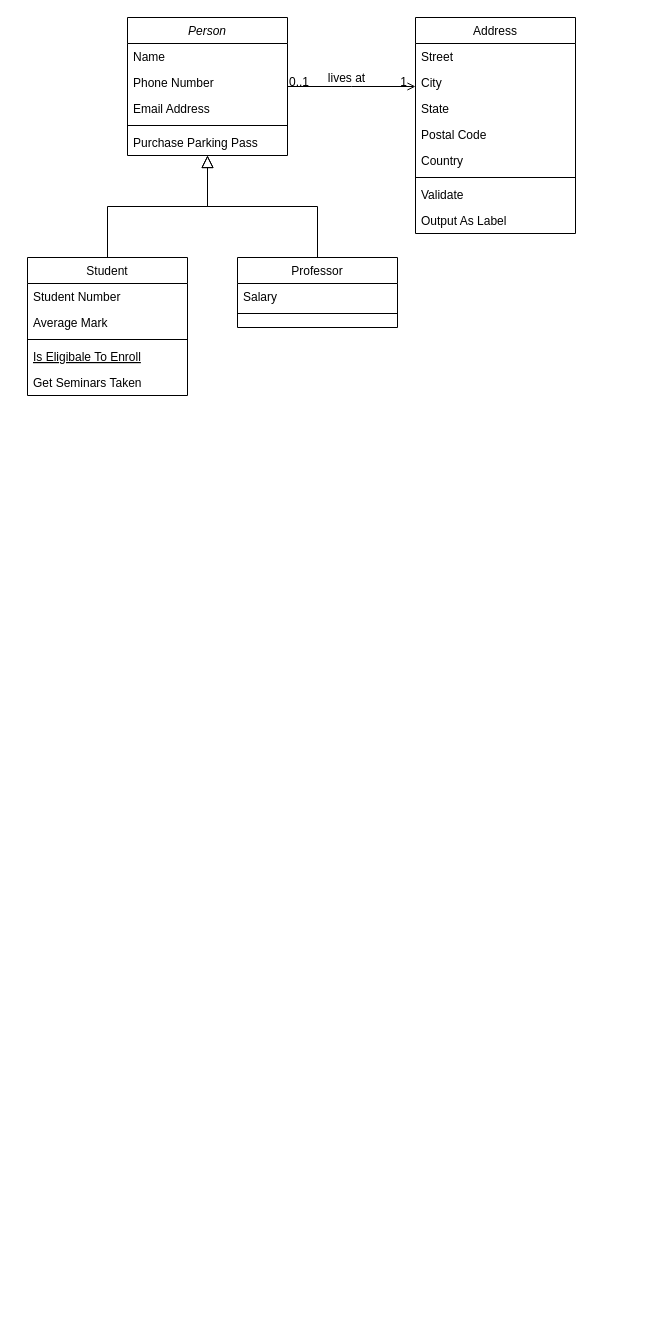
Above: Untitled Diagram.drawio in Clovisindo/Unity2dRogueLike (draw.io), before the change. Source tidied: cells renumbered, new cells numbered last; positions are measured from the earlier drawing's top-left corner, leaving out a move shared by most shapes. Both pictures are drawn from the tidied source at 100%, with x=0, y=0 at pixel (27, 17).
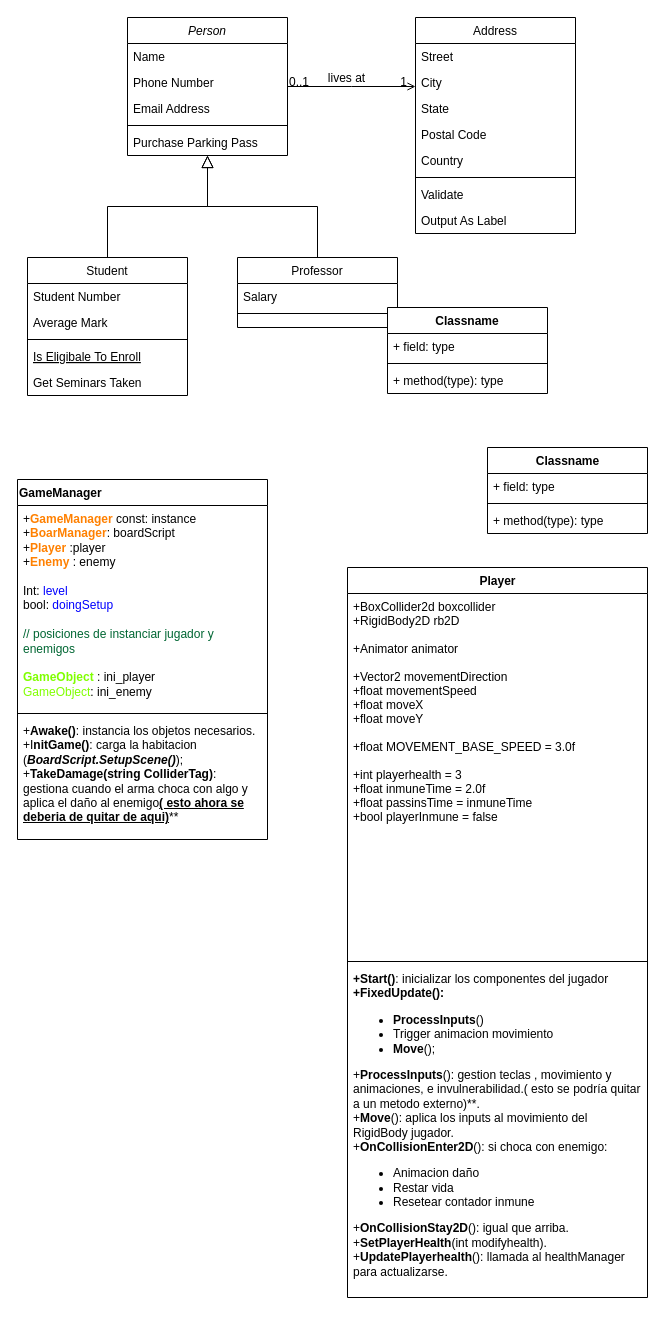
After the change.

What changed in the source:
```diff
@@
+    <mxCell id="32" value="GameManager" style="swimlane;fontStyle=1;align=left;verticalAlign=top;horizontal=1;startSize=26;" parent="1" vertex="1">
+      <mxGeometry x="-10" y="462" width="250" height="360" as="geometry" />
+    </mxCell>
+    <mxCell id="33" value="+&lt;b&gt;&lt;font color=&quot;#FF8000&quot;&gt;GameManager&lt;/font&gt;&lt;/b&gt; const: instance&lt;br&gt;+&lt;b&gt;&lt;font color=&quot;#FF8000&quot;&gt;BoarManager&lt;/font&gt;&lt;/b&gt;: boardScript&lt;br&gt;+&lt;b&gt;&lt;font color=&quot;#FF8000&quot;&gt;Player &lt;/font&gt;&lt;/b&gt;:player&lt;br&gt;+&lt;b&gt;&lt;font color=&quot;#FF8000&quot;&gt;Enemy &lt;/font&gt;&lt;/b&gt;: enemy&lt;br&gt;&lt;br&gt;Int: &lt;font color=&quot;#0000FF&quot;&gt;level&lt;/font&gt;&lt;br&gt;bool: &lt;font color=&quot;#0000FF&quot;&gt;doingSetup&lt;/font&gt;&lt;br&gt;&lt;br&gt;&lt;font color=&quot;#006633&quot;&gt;// posiciones de instanciar jugador y enemigos&lt;/font&gt;&lt;br&gt;&lt;br&gt;&lt;b&gt;&lt;font color=&quot;#80FF00&quot;&gt;GameObject &lt;/font&gt;&lt;/b&gt;: ini_player&lt;br&gt;&lt;font color=&quot;#80FF00&quot;&gt;GameObject&lt;/font&gt;: ini_enemy&lt;br&gt;&lt;br&gt;&lt;br&gt;&lt;br&gt;" style="text;strokeColor=none;fillColor=none;align=left;verticalAlign=top;spacingLeft=4;spacingRight=4;overflow=hidden;html=1;whiteSpace=wrap;" parent="32" vertex="1">
+      <mxGeometry y="26" width="250" height="204" as="geometry" />
+    </mxCell>
+    <mxCell id="34" style="line;strokeWidth=1;fillColor=none;align=left;verticalAlign=middle;spacingTop=-1;spacingLeft=3;spacingRight=3;labelPosition=right;" parent="32" vertex="1">
+      <mxGeometry y="230" width="250" height="8" as="geometry" />
+    </mxCell>
+    <mxCell id="35" value="+&lt;b&gt;Awake()&lt;/b&gt;: instancia los objetos necesarios.&lt;br&gt;&lt;div&gt;+I&lt;b&gt;nitGame()&lt;/b&gt;: carga la habitacion (&lt;b&gt;&lt;i&gt;BoardScript.SetupScene()&lt;/i&gt;&lt;/b&gt;);&lt;/div&gt;&lt;div&gt;+&lt;b&gt;TakeDamage(string ColliderTag)&lt;/b&gt;: gestiona cuando el arma choca con algo y aplica el daño al enemigo&lt;u&gt;&lt;b&gt;( esto ahora se deberia de quitar de aqui)&lt;/b&gt;&lt;/u&gt;**&lt;br&gt;&lt;/div&gt;" style="text;strokeColor=none;fillColor=none;align=left;verticalAlign=top;spacingLeft=4;spacingRight=4;overflow=hidden;textDirection=ltr;html=1;whiteSpace=wrap;" parent="32" vertex="1">
+      <mxGeometry y="238" width="250" height="122" as="geometry" />
+    </mxCell>
+    <mxCell id="36" value="Classname" style="swimlane;fontStyle=1;align=center;verticalAlign=top;horizontal=1;startSize=26;" parent="1" vertex="1">
+      <mxGeometry x="360" y="290" width="160" height="86" as="geometry" />
+    </mxCell>
+    <mxCell id="37" value="+ field: type" style="text;strokeColor=none;fillColor=none;align=left;verticalAlign=top;spacingLeft=4;spacingRight=4;overflow=hidden;" parent="36" vertex="1">
+      <mxGeometry y="26" width="160" height="26" as="geometry" />
+    </mxCell>
+    <mxCell id="38" style="line;strokeWidth=1;fillColor=none;align=left;verticalAlign=middle;spacingTop=-1;spacingLeft=3;spacingRight=3;labelPosition=right;" parent="36" vertex="1">
+      <mxGeometry y="52" width="160" height="8" as="geometry" />
+    </mxCell>
+    <mxCell id="39" value="+ method(type): type" style="text;strokeColor=none;fillColor=none;align=left;verticalAlign=top;spacingLeft=4;spacingRight=4;overflow=hidden;" parent="36" vertex="1">
+      <mxGeometry y="60" width="160" height="26" as="geometry" />
+    </mxCell>
+    <mxCell id="40" value="Classname" style="swimlane;fontStyle=1;align=center;verticalAlign=top;horizontal=1;startSize=26;html=1;" parent="1" vertex="1">
+      <mxGeometry x="460" y="430" width="160" height="86" as="geometry" />
+    </mxCell>
+    <mxCell id="41" value="+ field: type" style="text;strokeColor=none;fillColor=none;align=left;verticalAlign=top;spacingLeft=4;spacingRight=4;overflow=hidden;" parent="40" vertex="1">
+      <mxGeometry y="26" width="160" height="26" as="geometry" />
+    </mxCell>
+    <mxCell id="42" style="line;strokeWidth=1;fillColor=none;align=left;verticalAlign=middle;spacingTop=-1;spacingLeft=3;spacingRight=3;labelPosition=right;" parent="40" vertex="1">
+      <mxGeometry y="52" width="160" height="8" as="geometry" />
+    </mxCell>
+    <mxCell id="43" value="+ method(type): type" style="text;strokeColor=none;fillColor=none;align=left;verticalAlign=top;spacingLeft=4;spacingRight=4;overflow=hidden;" parent="40" vertex="1">
+      <mxGeometry y="60" width="160" height="26" as="geometry" />
+    </mxCell>
+    <mxCell id="44" value="Player" style="swimlane;fontStyle=1;align=center;verticalAlign=top;horizontal=1;startSize=26;html=1;" parent="1" vertex="1">
+      <mxGeometry x="320" y="550" width="300" height="730" as="geometry" />
+    </mxCell>
+    <mxCell id="45" value="+BoxCollider2d boxcollider&#10;+RigidBody2D rb2D&#10;&#10;+Animator animator&#10;&#10;+Vector2 movementDirection&#10;+float movementSpeed&#10;+float moveX&#10;+float moveY&#10;&#10;+float MOVEMENT_BASE_SPEED = 3.0f&#10;&#10;+int playerhealth = 3&#10;+float inmuneTime = 2.0f&#10;+float passinsTime = inmuneTime&#10;+bool playerInmune = false&#10;&#10;&#10;&#10;" style="text;strokeColor=none;fillColor=none;align=left;verticalAlign=top;spacingLeft=4;spacingRight=4;overflow=hidden;fontStyle=0;" parent="44" vertex="1">
+      <mxGeometry y="26" width="300" height="364" as="geometry" />
+    </mxCell>
+    <mxCell id="46" style="line;strokeWidth=1;fillColor=none;align=left;verticalAlign=middle;spacingTop=-1;spacingLeft=3;spacingRight=3;labelPosition=right;" parent="44" vertex="1">
+      <mxGeometry y="390" width="300" height="8" as="geometry" />
+    </mxCell>
+    <mxCell id="47" value="&lt;div&gt;&lt;b&gt;+Start()&lt;/b&gt;: inicializar los componentes del jugador&lt;/div&gt;&lt;div&gt;&lt;b&gt;+FixedUpdate():&lt;/b&gt;&lt;/div&gt;&lt;ul&gt;&lt;li&gt;&lt;b&gt;ProcessInputs&lt;/b&gt;()&lt;/li&gt;&lt;li&gt;Trigger animacion movimiento&lt;/li&gt;&lt;li&gt;&lt;b&gt;Move&lt;/b&gt;();&lt;/li&gt;&lt;/ul&gt;&lt;div&gt;+&lt;b&gt;ProcessInputs&lt;/b&gt;(): gestion teclas , movimiento y animaciones, e invulnerabilidad.( esto se podría quitar a un metodo externo)**.&lt;/div&gt;&lt;div&gt;+&lt;b&gt;Move&lt;/b&gt;(): aplica los inputs al movimiento del RigidBody jugador.&lt;/div&gt;&lt;div&gt;+&lt;b&gt;OnCollisionEnter2D&lt;/b&gt;(): si choca con enemigo:&lt;/div&gt;&lt;ul&gt;&lt;li&gt;Animacion daño&lt;/li&gt;&lt;li&gt;Restar vida&lt;/li&gt;&lt;li&gt;Resetear contador inmune&lt;/li&gt;&lt;/ul&gt;&lt;div&gt;+&lt;b&gt;OnCollisionStay2D&lt;/b&gt;(): igual que arriba.&lt;/div&gt;&lt;div&gt;+&lt;b&gt;SetPlayerHealth&lt;/b&gt;(int modifyhealth).&lt;/div&gt;&lt;div&gt;+&lt;b&gt;UpdatePlayerhealth&lt;/b&gt;(): llamada al healthManager para actualizarse.&lt;br&gt;&lt;/div&gt;&lt;div&gt;&lt;br&gt;&lt;/div&gt;&lt;div&gt;&lt;br&gt;&lt;/div&gt;" style="text;strokeColor=none;fillColor=none;align=left;verticalAlign=top;spacingLeft=4;spacingRight=4;overflow=hidden;fontStyle=0;html=1;whiteSpace=wrap;" parent="44" vertex="1">
+      <mxGeometry y="398" width="300" height="332" as="geometry" />
+    </mxCell>
```
